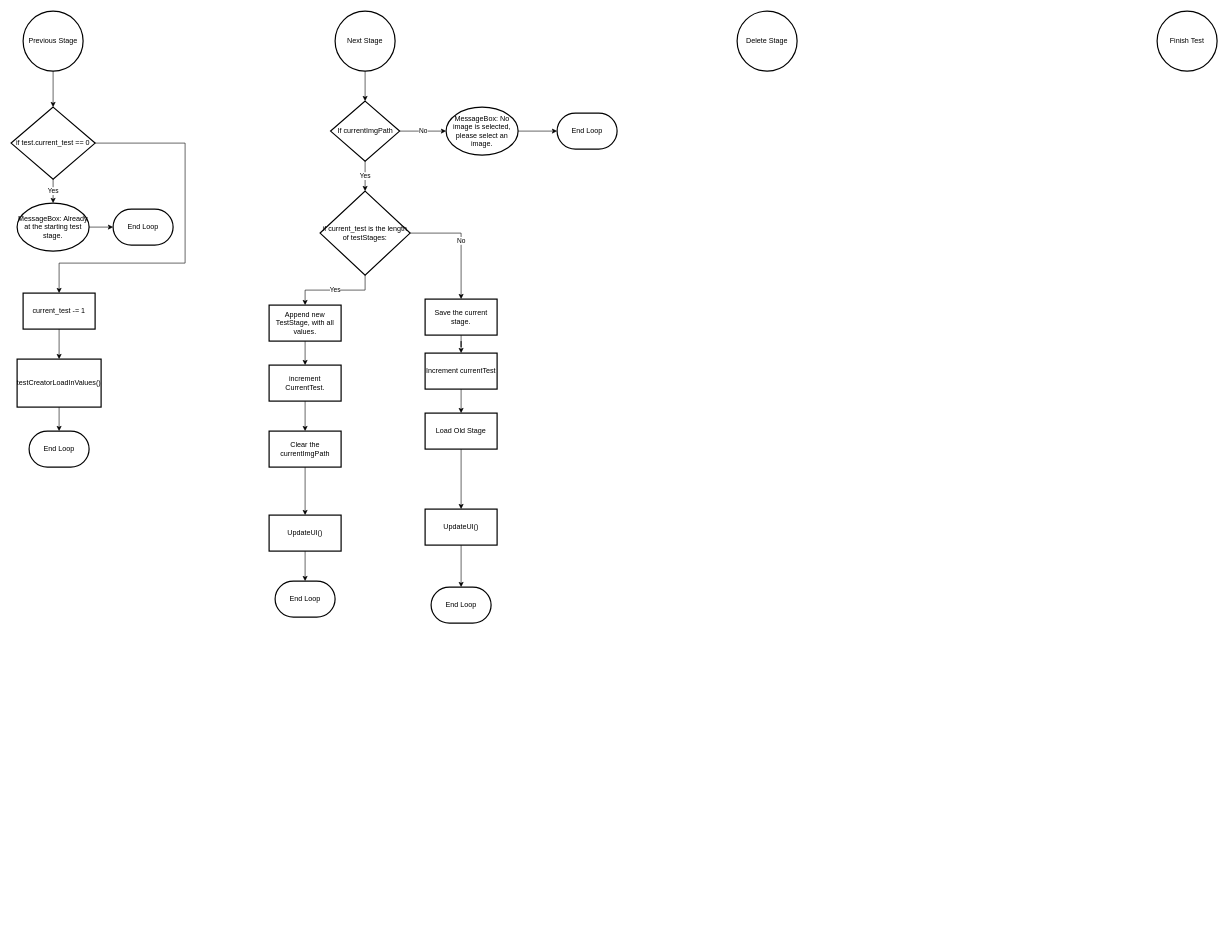
The draw.io diagram page "New_Test_Creator_Tab" (4 of 5) of Computer_App/Load_Test_Tab.drawio in calebschmurr/AUNA_Test_Box, before the edit. Source tidied: cells renumbered, new cells numbered last; positions are measured from the earlier drawing's top-left corner, leaving out a move shared by most shapes. Both pictures are drawn from the tidied source at 60%, with x=0, y=0 at pixel (11, 11).
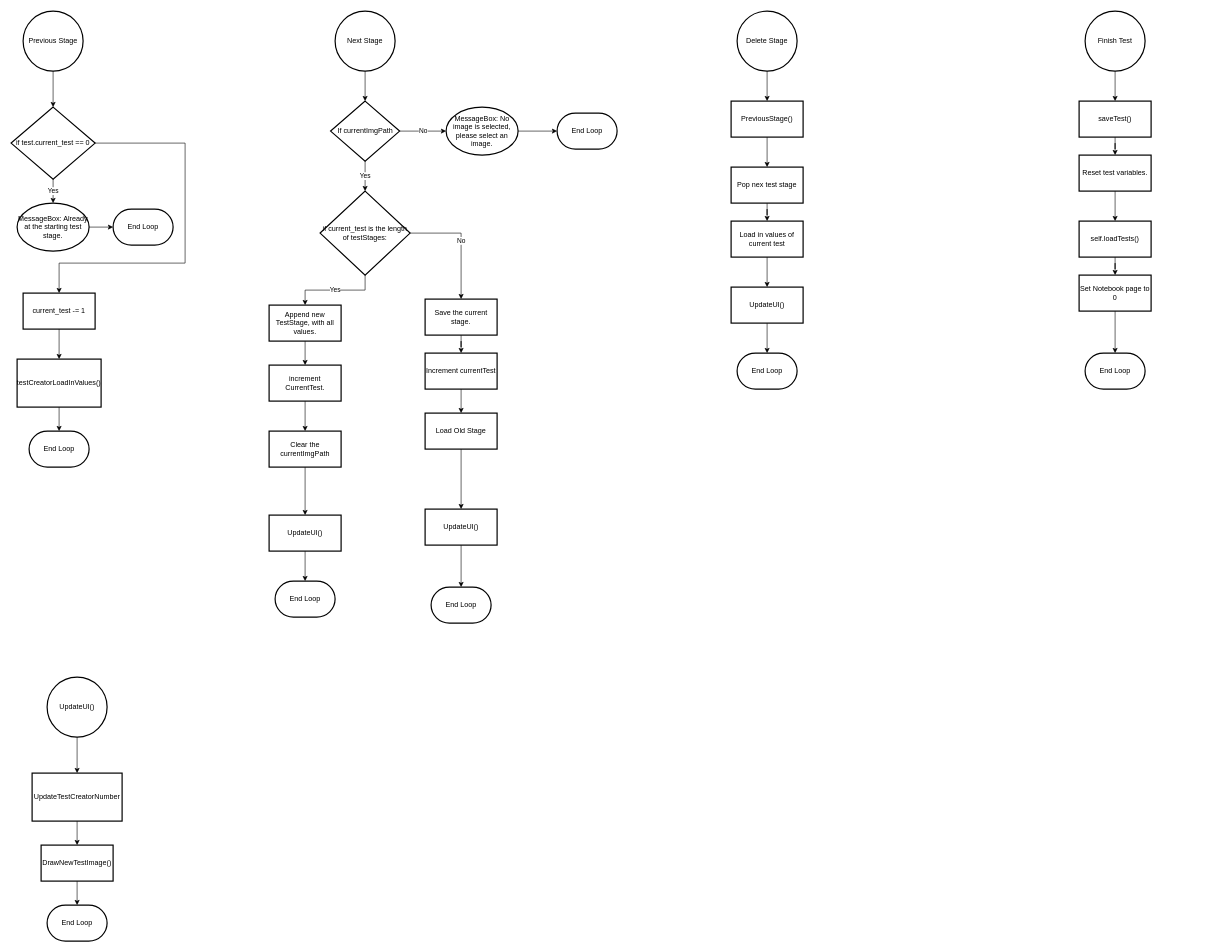
After the change.

The change refers to these unchanged cells:
```xml
<mxCell id="6" value="Delete Stage" style="strokeWidth=2;html=1;shape=mxgraph.flowchart.start_2;whiteSpace=wrap;" parent="1" vertex="1">
  <mxGeometry x="1210" width="100" height="100" as="geometry" />
</mxCell>
```

The edit, as a diff of the source:
```diff
@@
+    <mxCell id="46" style="edgeStyle=orthogonalEdgeStyle;rounded=0;jettySize=auto;html=1;" parent="1" edge="1" source="6" target="53">
+      <mxGeometry relative="1" as="geometry" />
+    </mxCell>
@@
+    <mxCell id="47" style="edgeStyle=orthogonalEdgeStyle;rounded=0;jettySize=auto;html=1;" parent="1" edge="1" source="7" target="61">
+      <mxGeometry relative="1" as="geometry" />
+    </mxCell>
     <mxCell id="7" value="Finish Test" style="strokeWidth=2;html=1;shape=mxgraph.flowchart.start_2;whiteSpace=wrap;" parent="1" vertex="1">
-      <mxGeometry x="1910" width="100" height="100" as="geometry" />
+      <mxGeometry x="1790" width="100" height="100" as="geometry" />
     </mxCell>
@@
+    <mxCell id="48" style="edgeStyle=orthogonalEdgeStyle;rounded=0;jettySize=auto;html=1;" parent="1" edge="1" source="49" target="51">
+      <mxGeometry relative="1" as="geometry" />
+    </mxCell>
+    <mxCell id="49" value="UpdateUI()" style="strokeWidth=2;html=1;shape=mxgraph.flowchart.start_2;whiteSpace=wrap;" parent="1" vertex="1">
+      <mxGeometry x="60" y="1110" width="100" height="100" as="geometry" />
+    </mxCell>
+    <mxCell id="50" style="edgeStyle=orthogonalEdgeStyle;rounded=0;jettySize=auto;html=1;" parent="1" edge="1" source="51" target="71">
+      <mxGeometry relative="1" as="geometry" />
+    </mxCell>
+    <mxCell id="51" value="UpdateTestCreatorNumber" style="whiteSpace=wrap;html=1;strokeWidth=2;" parent="1" vertex="1">
+      <mxGeometry x="35" y="1270" width="150" height="80" as="geometry" />
+    </mxCell>
+    <mxCell id="52" style="edgeStyle=orthogonalEdgeStyle;rounded=0;jettySize=auto;html=1;" parent="1" edge="1" source="53" target="55">
+      <mxGeometry relative="1" as="geometry" />
+    </mxCell>
+    <mxCell id="53" value="PreviousStage()" style="whiteSpace=wrap;html=1;strokeWidth=2;" parent="1" vertex="1">
+      <mxGeometry x="1200" y="150" width="120" height="60" as="geometry" />
+    </mxCell>
+    <mxCell id="54" style="edgeStyle=orthogonalEdgeStyle;rounded=0;jettySize=auto;html=1;" parent="1" edge="1" source="55" target="57">
+      <mxGeometry relative="1" as="geometry" />
+    </mxCell>
+    <mxCell id="55" value="Pop nex test stage" style="whiteSpace=wrap;html=1;strokeWidth=2;" parent="1" vertex="1">
+      <mxGeometry x="1200" y="260" width="120" height="60" as="geometry" />
+    </mxCell>
+    <mxCell id="56" style="edgeStyle=orthogonalEdgeStyle;rounded=0;jettySize=auto;html=1;" parent="1" edge="1" source="57" target="59">
+      <mxGeometry relative="1" as="geometry" />
+    </mxCell>
+    <mxCell id="57" value="Load in values of current test" style="whiteSpace=wrap;html=1;strokeWidth=2;" parent="1" vertex="1">
+      <mxGeometry x="1200" y="350" width="120" height="60" as="geometry" />
+    </mxCell>
+    <mxCell id="58" style="edgeStyle=orthogonalEdgeStyle;rounded=0;jettySize=auto;html=1;" parent="1" edge="1" source="59" target="68">
+      <mxGeometry relative="1" as="geometry" />
+    </mxCell>
+    <mxCell id="59" value="UpdateUI()" style="whiteSpace=wrap;html=1;strokeWidth=2;" parent="1" vertex="1">
+      <mxGeometry x="1200" y="460" width="120" height="60" as="geometry" />
+    </mxCell>
+    <mxCell id="60" style="edgeStyle=orthogonalEdgeStyle;rounded=0;jettySize=auto;html=1;" parent="1" edge="1" source="61" target="63">
+      <mxGeometry relative="1" as="geometry" />
+    </mxCell>
+    <mxCell id="61" value="saveTest()" style="whiteSpace=wrap;html=1;strokeWidth=2;" parent="1" vertex="1">
+      <mxGeometry x="1780" y="150" width="120" height="60" as="geometry" />
+    </mxCell>
+    <mxCell id="62" style="edgeStyle=orthogonalEdgeStyle;rounded=0;jettySize=auto;html=1;" parent="1" edge="1" source="63" target="65">
+      <mxGeometry relative="1" as="geometry" />
+    </mxCell>
+    <mxCell id="63" value="Reset test variables." style="whiteSpace=wrap;html=1;strokeWidth=2;" parent="1" vertex="1">
+      <mxGeometry x="1780" y="240" width="120" height="60" as="geometry" />
+    </mxCell>
+    <mxCell id="64" style="edgeStyle=orthogonalEdgeStyle;rounded=0;jettySize=auto;html=1;" parent="1" edge="1" source="65" target="67">
+      <mxGeometry relative="1" as="geometry" />
+    </mxCell>
+    <mxCell id="65" value="self.loadTests()" style="whiteSpace=wrap;html=1;strokeWidth=2;" parent="1" vertex="1">
+      <mxGeometry x="1780" y="350" width="120" height="60" as="geometry" />
+    </mxCell>
+    <mxCell id="66" style="edgeStyle=orthogonalEdgeStyle;rounded=0;jettySize=auto;html=1;" parent="1" edge="1" source="67" target="69">
+      <mxGeometry relative="1" as="geometry" />
+    </mxCell>
+    <mxCell id="67" value="Set Notebook page to 0" style="whiteSpace=wrap;html=1;strokeWidth=2;" parent="1" vertex="1">
+      <mxGeometry x="1780" y="440" width="120" height="60" as="geometry" />
+    </mxCell>
+    <mxCell id="68" value="End Loop" style="strokeWidth=2;html=1;shape=mxgraph.flowchart.terminator;whiteSpace=wrap;" parent="1" vertex="1">
+      <mxGeometry x="1210" y="570" width="100" height="60" as="geometry" />
+    </mxCell>
+    <mxCell id="69" value="End Loop" style="strokeWidth=2;html=1;shape=mxgraph.flowchart.terminator;whiteSpace=wrap;" parent="1" vertex="1">
+      <mxGeometry x="1790" y="570" width="100" height="60" as="geometry" />
+    </mxCell>
+    <mxCell id="70" style="edgeStyle=orthogonalEdgeStyle;rounded=0;jettySize=auto;html=1;" parent="1" edge="1" source="71" target="72">
+      <mxGeometry relative="1" as="geometry" />
+    </mxCell>
+    <mxCell id="71" value="DrawNewTestImage()" style="whiteSpace=wrap;html=1;strokeWidth=2;" parent="1" vertex="1">
+      <mxGeometry x="50" y="1390" width="120" height="60" as="geometry" />
+    </mxCell>
+    <mxCell id="72" value="End Loop" style="strokeWidth=2;html=1;shape=mxgraph.flowchart.terminator;whiteSpace=wrap;" parent="1" vertex="1">
+      <mxGeometry x="60" y="1490" width="100" height="60" as="geometry" />
+    </mxCell>
```
